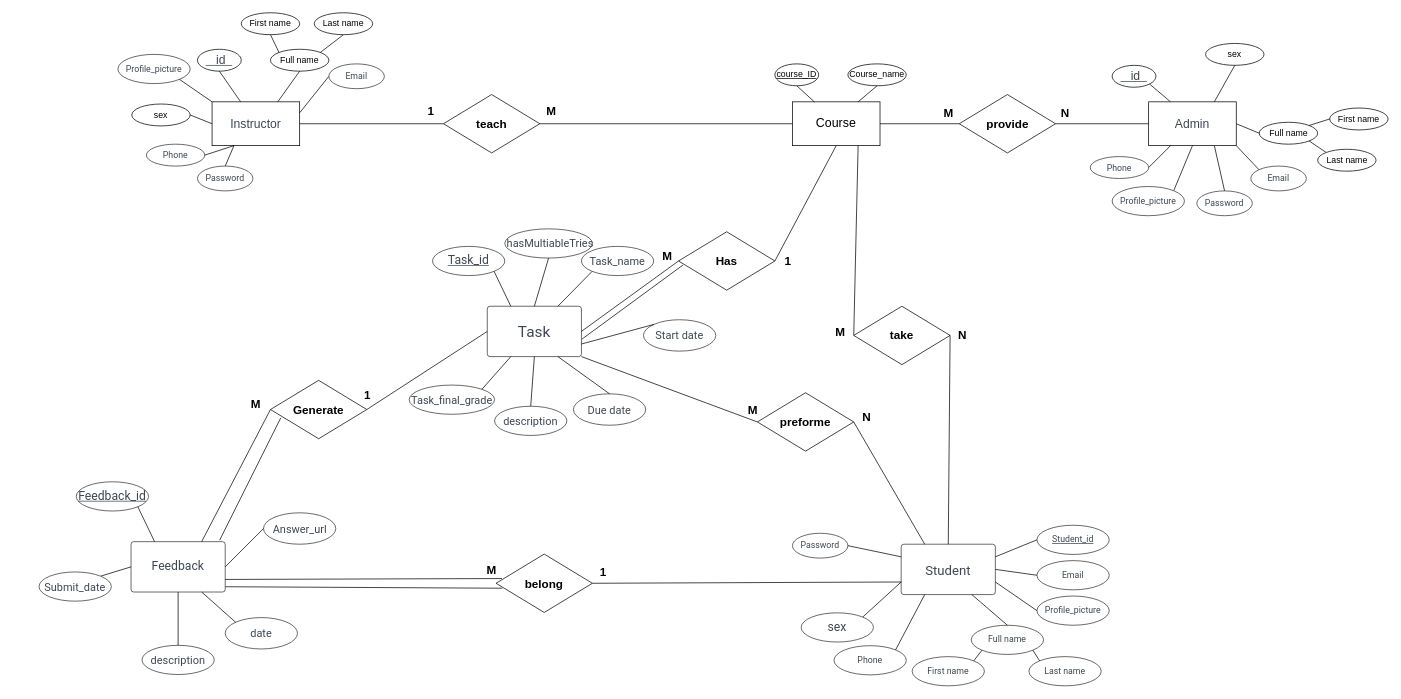
The draw.io diagram page "Page-1" (1 of 2) of Untitled Diagram.drawio in Nawaf9529/project-diagrams-1, before the edit. Source tidied: cells renumbered, new cells numbered last; positions are measured from the earlier drawing's top-left corner, leaving out a move shared by most shapes. Both pictures are drawn from the tidied source at 73%, with x=0, y=0 at pixel (39, 12).
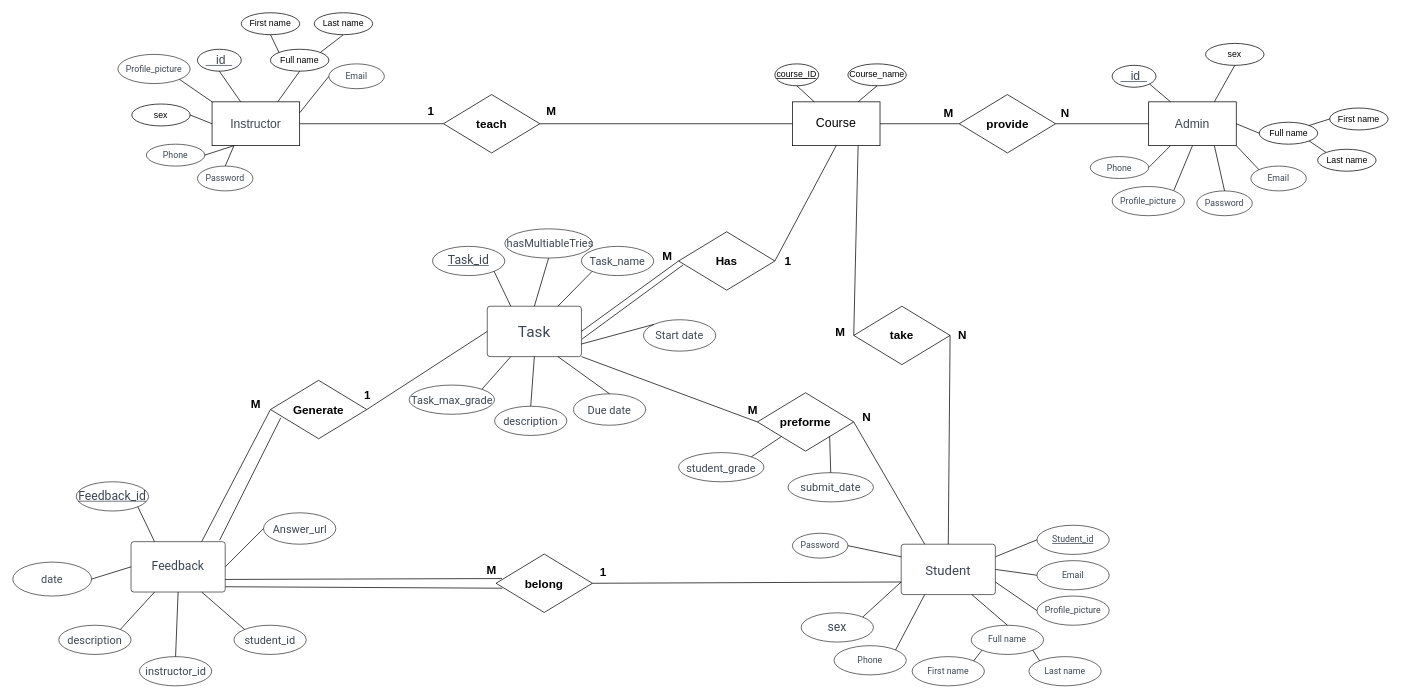
Above is the later version.

The change refers to these unchanged cells:
```xml
<mxCell id="50" value="Feedback" style="html=1;overflow=block;blockSpacing=1;whiteSpace=wrap;fontSize=16.7;fontFamily=Roboto;fontColor=#3d4752;align=center;spacing=3.8;strokeOpacity=100;fillOpacity=100;rounded=1;absoluteArcSize=1;arcSize=7.5;fillColor=#ffffff;strokeWidth=0.8;lucidId=z8JohozBBHBn;" parent="1" vertex="1">
  <mxGeometry x="126" y="724.5" width="129" height="69" as="geometry" />
</mxCell>
<mxCell id="98" value="&lt;span style=&quot;font-size: 16px;&quot;&gt;&lt;b&gt;preforme&lt;/b&gt;&lt;/span&gt;" style="rhombus;whiteSpace=wrap;html=1;" parent="1" vertex="1">
  <mxGeometry x="984" y="520.5" width="132" height="80" as="geometry" />
</mxCell>
```

Diff of the diagram source:
```diff
@@
-    <mxCell id="40" value="Task_final_grade" style="html=1;overflow=block;blockSpacing=1;whiteSpace=wrap;ellipse;fontSize=15;fontFamily=Roboto;fontColor=#3d4752;align=center;spacing=3.8;strokeOpacity=100;fillOpacity=100;rounded=1;absoluteArcSize=1;arcSize=7.5;fillColor=#ffffff;strokeWidth=0.8;lucidId=z8JojGHYJCK3;" parent="1" vertex="1">
+    <mxCell id="40" value="Task_max_grade" style="html=1;overflow=block;blockSpacing=1;whiteSpace=wrap;ellipse;fontSize=15;fontFamily=Roboto;fontColor=#3d4752;align=center;spacing=3.8;strokeOpacity=100;fillOpacity=100;rounded=1;absoluteArcSize=1;arcSize=7.5;fillColor=#ffffff;strokeWidth=0.8;lucidId=z8JojGHYJCK3;" parent="1" vertex="1">
       <mxGeometry x="507" y="510" width="117" height="40" as="geometry" />
     </mxCell>
@@
-    <mxCell id="52" value="description" style="html=1;overflow=block;blockSpacing=1;whiteSpace=wrap;ellipse;fontSize=15;fontFamily=Roboto;fontColor=#3d4752;align=center;spacing=3.8;strokeOpacity=100;fillOpacity=100;rounded=1;absoluteArcSize=1;arcSize=7.5;fillColor=#ffffff;strokeWidth=0.8;lucidId=z8JoMihmaZ54;" parent="1" vertex="1">
-      <mxGeometry x="141" y="866.5" width="99" height="40" as="geometry" />
+    <mxCell id="52" value="student_id" style="html=1;overflow=block;blockSpacing=1;whiteSpace=wrap;ellipse;fontSize=15;fontFamily=Roboto;fontColor=#3d4752;align=center;spacing=3.8;strokeOpacity=100;fillOpacity=100;rounded=1;absoluteArcSize=1;arcSize=7.5;fillColor=#ffffff;strokeWidth=0.8;lucidId=z8JoMihmaZ54;" parent="1" vertex="1">
+      <mxGeometry x="267" y="839" width="99" height="40" as="geometry" />
     </mxCell>
     <mxCell id="53" value="date" style="html=1;overflow=block;blockSpacing=1;whiteSpace=wrap;ellipse;fontSize=15;fontFamily=Roboto;fontColor=#3d4752;align=center;spacing=3.8;strokeOpacity=100;fillOpacity=100;rounded=1;absoluteArcSize=1;arcSize=7.5;fillColor=#ffffff;strokeWidth=0.8;lucidId=z8Jo9Yp90vg3;" parent="1" vertex="1">
-      <mxGeometry x="255" y="828.5" width="99" height="43" as="geometry" />
+      <mxGeometry x="-36" y="752.5" width="108" height="46.5" as="geometry" />
     </mxCell>
@@
-    <mxCell id="55" style="endArrow=none;html=1;rounded=0;entryX=0;entryY=0;entryDx=0;entryDy=0;exitX=0.75;exitY=1;exitDx=0;exitDy=0;fontSize=12;" parent="1" edge="1" source="50" target="53">
+    <mxCell id="55" style="endArrow=none;html=1;rounded=0;entryX=1;entryY=0.5;entryDx=0;entryDy=0;exitX=0;exitY=0.5;exitDx=0;exitDy=0;fontSize=12;" parent="1" edge="1" source="50" target="53">
       <mxGeometry relative="1" as="geometry" />
     </mxCell>
-    <mxCell id="56" style="endArrow=none;html=1;rounded=0;exitX=0.5;exitY=1;exitDx=0;exitDy=0;fontSize=12;entryX=0.5;entryY=0;entryDx=0;entryDy=0;" parent="1" edge="1" source="50" target="52">
+    <mxCell id="56" style="endArrow=none;html=1;rounded=0;exitX=0.75;exitY=1;exitDx=0;exitDy=0;fontSize=12;entryX=0;entryY=0;entryDx=0;entryDy=0;" parent="1" edge="1" source="50" target="52">
       <mxGeometry relative="1" as="geometry" />
     </mxCell>
@@
-    <mxCell id="80" style="endArrow=none;html=1;rounded=0;entryX=1;entryY=0;entryDx=0;entryDy=0;exitX=0;exitY=0.5;exitDx=0;exitDy=0;fontSize=12;" parent="1" edge="1" source="50" target="81">
-      <mxGeometry relative="1" as="geometry" />
-    </mxCell>
-    <mxCell id="81" value="Submit_date" style="html=1;overflow=block;blockSpacing=1;whiteSpace=wrap;ellipse;fontSize=15;fontFamily=Roboto;fontColor=#3d4752;align=center;spacing=3.8;strokeOpacity=100;fillOpacity=100;rounded=1;absoluteArcSize=1;arcSize=7.5;fillColor=#ffffff;strokeWidth=0.8;lucidId=z8JojGHYJCK3;" parent="1" vertex="1">
-      <mxGeometry y="766" width="99" height="40" as="geometry" />
-    </mxCell>
@@
+    <mxCell id="129" value="student_grade" style="html=1;overflow=block;blockSpacing=1;whiteSpace=wrap;ellipse;fontSize=15;fontFamily=Roboto;fontColor=#3d4752;align=center;spacing=3.8;strokeOpacity=100;fillOpacity=100;rounded=1;absoluteArcSize=1;arcSize=7.5;fillColor=#ffffff;strokeWidth=0.8;lucidId=z8JojGHYJCK3;" parent="1" vertex="1">
+      <mxGeometry x="876" y="602.5" width="117" height="40" as="geometry" />
+    </mxCell>
+    <mxCell id="130" style="endArrow=none;html=1;rounded=0;entryX=1;entryY=0;entryDx=0;entryDy=0;exitX=0;exitY=1;exitDx=0;exitDy=0;fontSize=12;" parent="1" edge="1" source="98" target="129">
+      <mxGeometry relative="1" as="geometry" />
+    </mxCell>
+    <mxCell id="131" value="submit_date" style="html=1;overflow=block;blockSpacing=1;whiteSpace=wrap;ellipse;fontSize=15;fontFamily=Roboto;fontColor=#3d4752;align=center;spacing=3.8;strokeOpacity=100;fillOpacity=100;rounded=1;absoluteArcSize=1;arcSize=7.5;fillColor=#ffffff;strokeWidth=0.8;lucidId=z8JojGHYJCK3;" parent="1" vertex="1">
+      <mxGeometry x="1026" y="630" width="117" height="40" as="geometry" />
+    </mxCell>
+    <mxCell id="132" style="endArrow=none;html=1;rounded=0;entryX=1;entryY=1;entryDx=0;entryDy=0;fontSize=12;exitX=0.5;exitY=0;exitDx=0;exitDy=0;" parent="1" edge="1" source="131" target="98">
+      <mxGeometry relative="1" as="geometry" />
+    </mxCell>
+    <mxCell id="133" value="description" style="html=1;overflow=block;blockSpacing=1;whiteSpace=wrap;ellipse;fontSize=15;fontFamily=Roboto;fontColor=#3d4752;align=center;spacing=3.8;strokeOpacity=100;fillOpacity=100;rounded=1;absoluteArcSize=1;arcSize=7.5;fillColor=#ffffff;strokeWidth=0.8;lucidId=z8JoMihmaZ54;" parent="1" vertex="1">
+      <mxGeometry x="27" y="839" width="99" height="40" as="geometry" />
+    </mxCell>
+    <mxCell id="134" style="endArrow=none;html=1;rounded=0;exitX=0.25;exitY=1;exitDx=0;exitDy=0;fontSize=12;entryX=1;entryY=0;entryDx=0;entryDy=0;" parent="1" edge="1" source="50" target="133">
+      <mxGeometry relative="1" as="geometry" />
+    </mxCell>
+    <mxCell id="135" value="instructor_id" style="html=1;overflow=block;blockSpacing=1;whiteSpace=wrap;ellipse;fontSize=15;fontFamily=Roboto;fontColor=#3d4752;align=center;spacing=3.8;strokeOpacity=100;fillOpacity=100;rounded=1;absoluteArcSize=1;arcSize=7.5;fillColor=#ffffff;strokeWidth=0.8;lucidId=z8JoMihmaZ54;" parent="1" vertex="1">
+      <mxGeometry x="137.5" y="882" width="99" height="40" as="geometry" />
+    </mxCell>
+    <mxCell id="136" style="endArrow=none;html=1;rounded=0;exitX=0.5;exitY=1;exitDx=0;exitDy=0;fontSize=12;entryX=0.5;entryY=0;entryDx=0;entryDy=0;" parent="1" edge="1" source="50" target="135">
+      <mxGeometry relative="1" as="geometry" />
+    </mxCell>
```
